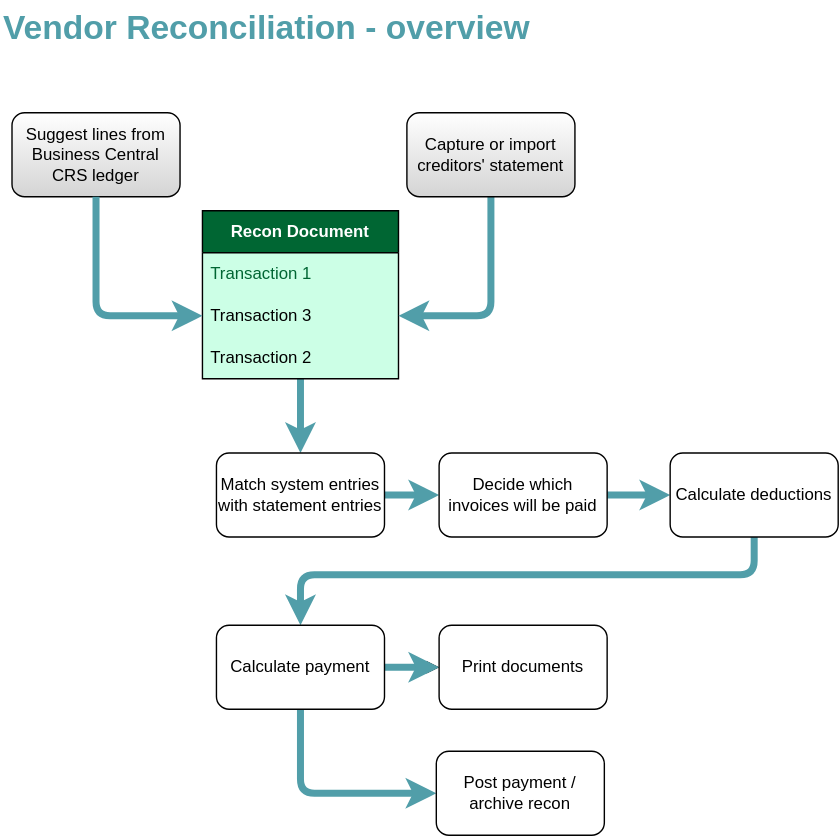
Before: Vendor Recon/VRS_Process.drawio.svg, a diagram exported from draw.io (Braintree-by-Vox/trade_assistant). Source tidied: cells renumbered, new cells last; positions are measured from the earlier drawing's top-left corner, leaving out a move shared by most shapes.
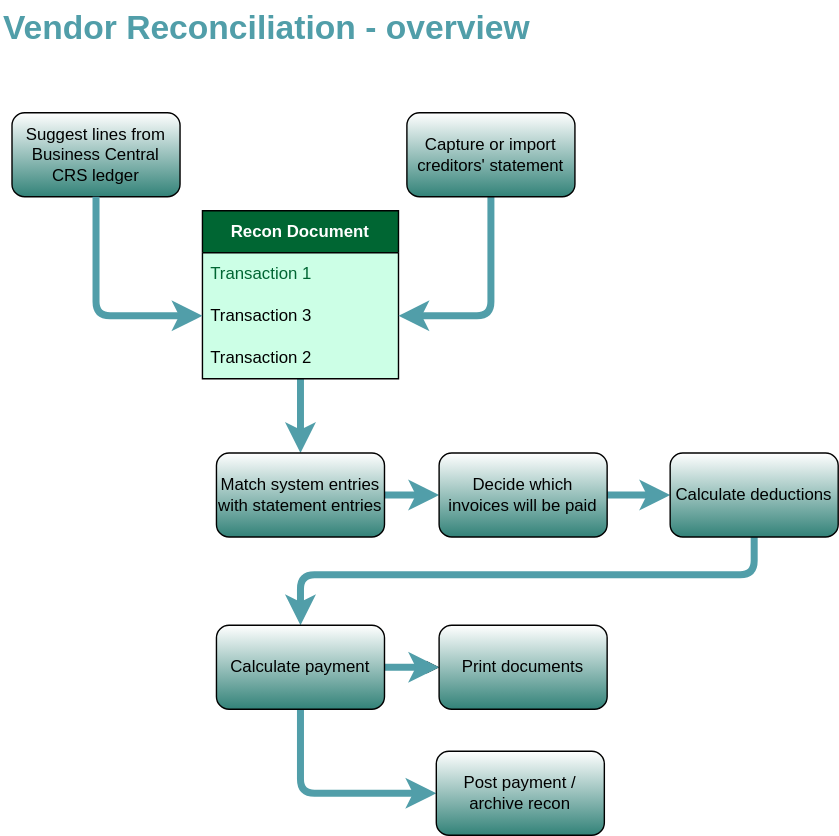
After the change.

Commit message:
Adding business content

Change to the diagram source:
```diff
@@ -5,7 +5,7 @@
     <mxCell id="2" value="Vendor Reconciliation - overview" style="text;strokeColor=none;fillColor=none;html=1;fontSize=24;fontStyle=1;verticalAlign=middle;align=left;labelBackgroundColor=none;fontColor=light-dark(#519EA9,#00331A);" parent="1" vertex="1">
       <mxGeometry width="508" height="40" as="geometry" />
     </mxCell>
-    <mxCell id="3" value="Suggest lines from Business Central CRS ledger" style="rounded=1;whiteSpace=wrap;html=1;labelBackgroundColor=none;gradientColor=#D4D4D4;" parent="1" vertex="1">
+    <mxCell id="3" value="Suggest lines from Business Central CRS ledger" style="rounded=1;whiteSpace=wrap;html=1;labelBackgroundColor=none;gradientColor=#328278;" parent="1" vertex="1">
       <mxGeometry x="8" y="80" width="120" height="60" as="geometry" />
     </mxCell>
     <mxCell id="4" style="edgeStyle=orthogonalEdgeStyle;html=1;strokeColor=#519EA9;strokeWidth=5;" parent="1" edge="1" source="5" target="13">
@@ -29,19 +29,19 @@
     <mxCell id="10" style="edgeStyle=orthogonalEdgeStyle;html=1;entryX=1;entryY=0.5;entryDx=0;entryDy=0;strokeWidth=5;strokeColor=light-dark(#519EA9,#000F0F);" parent="1" edge="1" source="11" target="7">
       <mxGeometry relative="1" as="geometry" />
     </mxCell>
-    <mxCell id="11" value="Capture or import creditors' statement" style="rounded=1;whiteSpace=wrap;html=1;gradientColor=#D4D4D4;" parent="1" vertex="1">
+    <mxCell id="11" value="Capture or import creditors' statement" style="rounded=1;whiteSpace=wrap;html=1;gradientColor=#328278;strokeColor=default;align=center;verticalAlign=middle;fontFamily=Helvetica;fontSize=12;fontColor=default;labelBackgroundColor=none;fillColor=default;" parent="1" vertex="1">
       <mxGeometry x="290" y="80" width="120" height="60" as="geometry" />
     </mxCell>
     <mxCell id="12" style="edgeStyle=orthogonalEdgeStyle;html=1;strokeWidth=5;strokeColor=#519EA9;" parent="1" edge="1" source="13" target="15">
       <mxGeometry relative="1" as="geometry" />
     </mxCell>
-    <mxCell id="13" value="Match system entries with statement entries" style="whiteSpace=wrap;html=1;fontStyle=0;startSize=30;rounded=1;" parent="1" vertex="1">
+    <mxCell id="13" value="Match system entries with statement entries" style="whiteSpace=wrap;html=1;fontStyle=0;startSize=30;rounded=1;strokeColor=default;align=center;verticalAlign=middle;fontFamily=Helvetica;fontSize=12;fontColor=default;labelBackgroundColor=none;fillColor=default;gradientColor=#328278;" parent="1" vertex="1">
       <mxGeometry x="154" y="323" width="120" height="60" as="geometry" />
     </mxCell>
     <mxCell id="14" style="edgeStyle=orthogonalEdgeStyle;html=1;strokeWidth=5;strokeColor=#519EA9;" parent="1" edge="1" source="15" target="17">
       <mxGeometry relative="1" as="geometry" />
     </mxCell>
-    <mxCell id="15" value="Decide which invoices will be paid" style="whiteSpace=wrap;html=1;fontStyle=0;startSize=30;rounded=1;" parent="1" vertex="1">
+    <mxCell id="15" value="Decide which invoices will be paid" style="whiteSpace=wrap;html=1;fontStyle=0;startSize=30;rounded=1;strokeColor=default;align=center;verticalAlign=middle;fontFamily=Helvetica;fontSize=12;fontColor=default;labelBackgroundColor=none;fillColor=default;gradientColor=#328278;" parent="1" vertex="1">
       <mxGeometry x="313" y="323" width="120" height="60" as="geometry" />
     </mxCell>
     <mxCell id="16" style="edgeStyle=orthogonalEdgeStyle;html=1;strokeColor=#519EA9;strokeWidth=5;" parent="1" edge="1" source="17" target="21">
@@ -52,7 +52,7 @@
         </Array>
       </mxGeometry>
     </mxCell>
-    <mxCell id="17" value="Calculate deductions" style="whiteSpace=wrap;html=1;fontStyle=0;startSize=30;rounded=1;" parent="1" vertex="1">
+    <mxCell id="17" value="Calculate deductions" style="whiteSpace=wrap;html=1;fontStyle=0;startSize=30;rounded=1;strokeColor=default;align=center;verticalAlign=middle;fontFamily=Helvetica;fontSize=12;fontColor=default;labelBackgroundColor=none;fillColor=default;gradientColor=#328278;" parent="1" vertex="1">
       <mxGeometry x="478" y="323" width="120" height="60" as="geometry" />
     </mxCell>
     <mxCell id="18" style="edgeStyle=orthogonalEdgeStyle;html=1;" parent="1" edge="1" source="21" target="22">
@@ -64,13 +64,13 @@
     <mxCell id="20" style="edgeStyle=orthogonalEdgeStyle;shape=connector;rounded=1;html=1;strokeColor=light-dark(#519EA9,#000F0F);strokeWidth=5;align=center;verticalAlign=middle;fontFamily=Helvetica;fontSize=11;fontColor=default;labelBackgroundColor=default;endArrow=classic;" parent="1" edge="1" source="21" target="22">
       <mxGeometry relative="1" as="geometry" />
     </mxCell>
-    <mxCell id="21" value="Calculate payment" style="whiteSpace=wrap;html=1;fontStyle=0;startSize=30;rounded=1;" parent="1" vertex="1">
+    <mxCell id="21" value="Calculate payment" style="whiteSpace=wrap;html=1;fontStyle=0;startSize=30;rounded=1;strokeColor=default;align=center;verticalAlign=middle;fontFamily=Helvetica;fontSize=12;fontColor=default;labelBackgroundColor=none;fillColor=default;gradientColor=#328278;" parent="1" vertex="1">
       <mxGeometry x="154" y="446" width="120" height="60" as="geometry" />
     </mxCell>
-    <mxCell id="22" value="Print documents" style="whiteSpace=wrap;html=1;fontStyle=0;startSize=30;rounded=1;" parent="1" vertex="1">
+    <mxCell id="22" value="Print documents" style="whiteSpace=wrap;html=1;fontStyle=0;startSize=30;rounded=1;strokeColor=default;align=center;verticalAlign=middle;fontFamily=Helvetica;fontSize=12;fontColor=default;labelBackgroundColor=none;fillColor=default;gradientColor=#328278;" parent="1" vertex="1">
       <mxGeometry x="313" y="446" width="120" height="60" as="geometry" />
     </mxCell>
-    <mxCell id="23" value="Post payment / archive recon" style="whiteSpace=wrap;html=1;fontStyle=0;startSize=30;rounded=1;" parent="1" vertex="1">
+    <mxCell id="23" value="Post payment / archive recon" style="whiteSpace=wrap;html=1;fontStyle=0;startSize=30;rounded=1;strokeColor=default;align=center;verticalAlign=middle;fontFamily=Helvetica;fontSize=12;fontColor=default;labelBackgroundColor=none;fillColor=default;gradientColor=#328278;" parent="1" vertex="1">
       <mxGeometry x="311" y="536" width="120" height="60" as="geometry" />
     </mxCell>
   </root>
```
